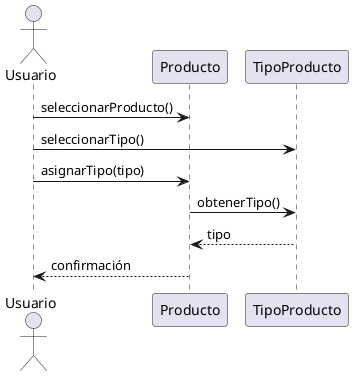
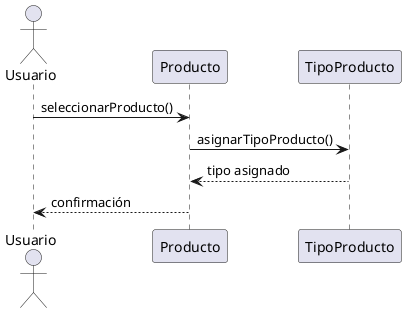
@startuml

actor Usuario

participant Producto
participant TipoProducto

Usuario -> Producto : seleccionarProducto()

- Usuario -> TipoProducto : seleccionarTipo()
+ Producto -> TipoProducto : asignarTipoProducto()

- Usuario -> Producto : asignarTipo(tipo)
- 
- Producto -> TipoProducto : obtenerTipo()
- 
- TipoProducto --> Producto : tipo
+ TipoProducto --> Producto : tipo asignado

Producto --> Usuario : confirmación

@enduml